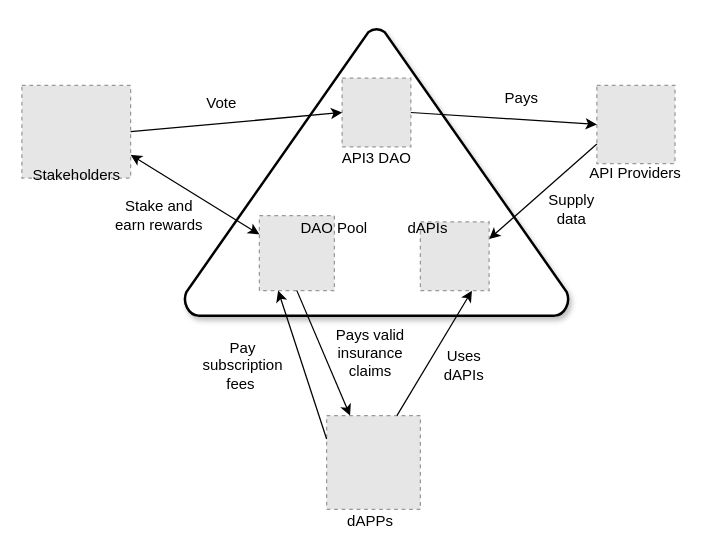
Before: docs/dao-members/assets/diagrams/dao.drawio in api3dao/old-api3-docs, a draw.io diagram. Source tidied: cells renumbered, new cells numbered last; positions are measured from the earlier drawing's top-left corner, leaving out a move shared by most shapes. Both pictures are drawn from the tidied source at 125%, with x=0, y=0 at pixel (21, 28). Pictures stored in the file or linked from it are replaced by grey dashed boxes.
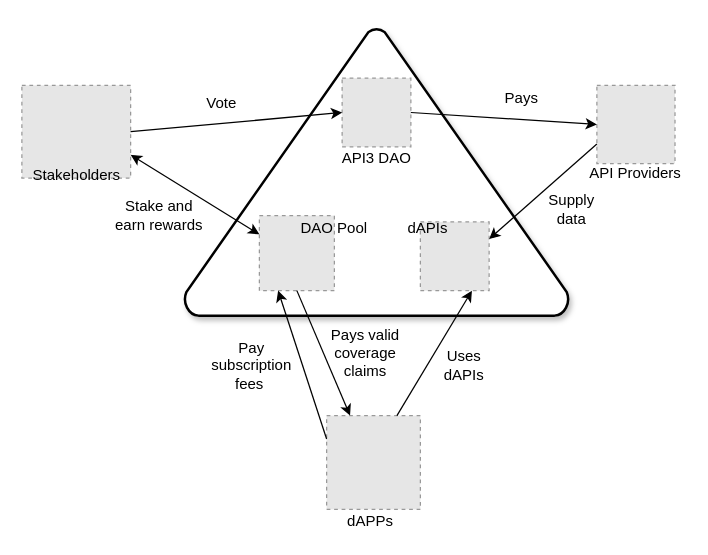
After the change.

Commit message (it also covers changes not shown here):
Diagrams with insurance in them Some link text updated

What changed in the source:
```diff
@@
     <mxCell id="18" value="Pay subscription fees&amp;nbsp;" style="text;html=1;strokeColor=none;fillColor=none;align=center;verticalAlign=middle;whiteSpace=wrap;rounded=0;" parent="1" vertex="1">
-      <mxGeometry x="137" y="260" width="80" height="20" as="geometry" />
+      <mxGeometry x="144" y="260" width="80" height="20" as="geometry" />
     </mxCell>
@@
-    <mxCell id="20" value="Pays valid insurance claims" style="text;html=1;strokeColor=none;fillColor=none;align=center;verticalAlign=middle;whiteSpace=wrap;rounded=0;" parent="1" vertex="1">
-      <mxGeometry x="233.8" y="250" width="90" height="20" as="geometry" />
+    <mxCell id="20" value="Pays valid coverage &lt;br&gt;claims" style="text;html=1;strokeColor=none;fillColor=none;align=center;verticalAlign=middle;whiteSpace=wrap;rounded=0;" parent="1" vertex="1">
+      <mxGeometry x="229.8" y="250" width="90" height="20" as="geometry" />
     </mxCell>
```
